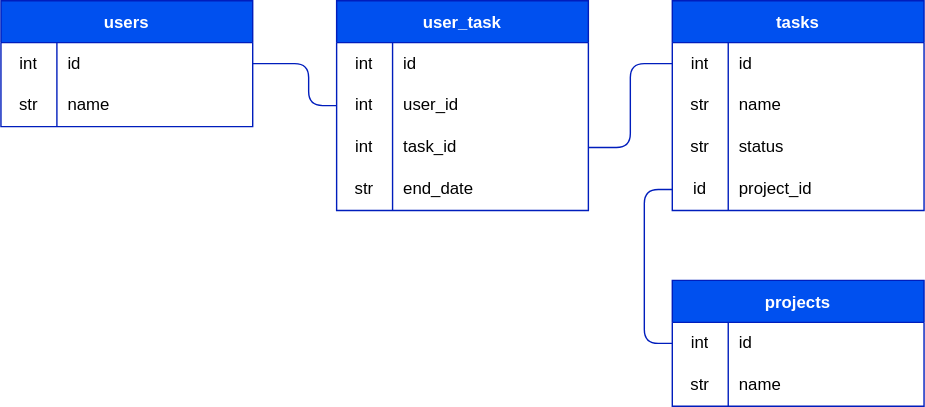
Before: dbdiagram.svg, a diagram exported from draw.io (irakush/kanban-board). Source tidied: cells renumbered, new cells last; positions are measured from the earlier drawing's top-left corner, leaving out a move shared by most shapes.
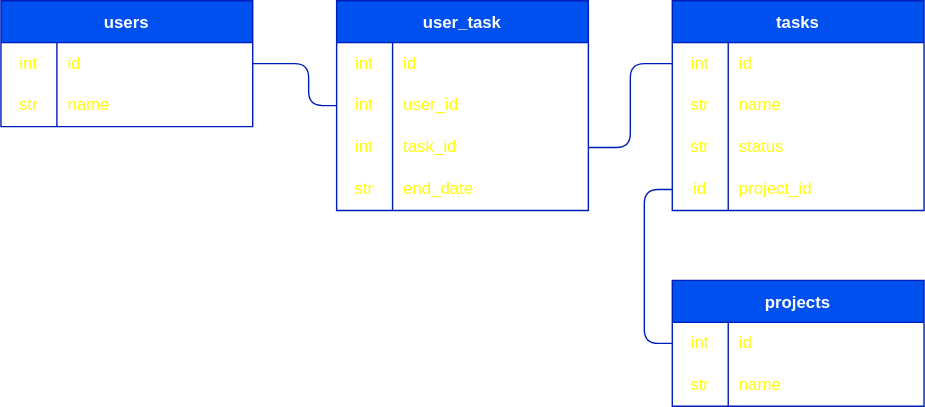
After the change.

Commit message:
change db diagram for dark mode

Diff of the diagram source:
```diff
@@ -8,19 +8,19 @@
     <mxCell id="3" style="shape=tableRow;horizontal=0;startSize=0;swimlaneHead=0;swimlaneBody=0;top=0;left=0;bottom=0;right=0;fillColor=none;points=[[0,0.5],[1,0.5]];portConstraint=eastwest;" parent="2" vertex="1">
       <mxGeometry y="30" width="180" height="30" as="geometry" />
     </mxCell>
-    <mxCell id="4" value="int" style="shape=partialRectangle;html=1;whiteSpace=wrap;fillColor=none;top=0;left=0;bottom=0;right=0;overflow=hidden;" parent="3" vertex="1">
+    <mxCell id="4" value="int" style="shape=partialRectangle;html=1;whiteSpace=wrap;fillColor=none;top=0;left=0;bottom=0;right=0;overflow=hidden;fontColor=#FFFF00;" parent="3" vertex="1">
       <mxGeometry width="40" height="30" as="geometry" />
     </mxCell>
-    <mxCell id="5" value="id" style="shape=partialRectangle;html=1;whiteSpace=wrap;fillColor=none;top=0;left=0;bottom=0;right=0;align=left;spacingLeft=6;overflow=hidden;" parent="3" vertex="1">
+    <mxCell id="5" value="id" style="shape=partialRectangle;html=1;whiteSpace=wrap;fillColor=none;top=0;left=0;bottom=0;right=0;align=left;spacingLeft=6;overflow=hidden;fontColor=#FFFF00;" parent="3" vertex="1">
       <mxGeometry x="40" width="140" height="30" as="geometry" />
     </mxCell>
     <mxCell id="6" style="shape=tableRow;horizontal=0;startSize=0;swimlaneHead=0;swimlaneBody=0;top=0;left=0;bottom=0;right=0;fillColor=none;" parent="2" vertex="1">
       <mxGeometry y="60" width="180" height="30" as="geometry" />
     </mxCell>
-    <mxCell id="7" value="str" style="shape=partialRectangle;html=1;whiteSpace=wrap;fillColor=none;top=0;left=0;bottom=0;right=0;overflow=hidden;" parent="6" vertex="1">
+    <mxCell id="7" value="str" style="shape=partialRectangle;html=1;whiteSpace=wrap;fillColor=none;top=0;left=0;bottom=0;right=0;overflow=hidden;fontColor=#FFFF00;" parent="6" vertex="1">
       <mxGeometry width="40" height="30" as="geometry" />
     </mxCell>
-    <mxCell id="8" value="name" style="shape=partialRectangle;html=1;whiteSpace=wrap;fillColor=none;top=0;left=0;bottom=0;right=0;align=left;spacingLeft=6;overflow=hidden;" parent="6" vertex="1">
+    <mxCell id="8" value="name" style="shape=partialRectangle;html=1;whiteSpace=wrap;fillColor=none;top=0;left=0;bottom=0;right=0;align=left;spacingLeft=6;overflow=hidden;fontColor=#FFFF00;" parent="6" vertex="1">
       <mxGeometry x="40" width="140" height="30" as="geometry" />
     </mxCell>
     <mxCell id="9" value="tasks" style="shape=table;startSize=30;rowLines=0;fontStyle=1;fillColor=#0050ef;fontColor=#ffffff;strokeColor=#001DBC;" parent="1" vertex="1">
@@ -29,37 +29,37 @@
     <mxCell id="10" style="shape=tableRow;horizontal=0;startSize=0;swimlaneHead=0;swimlaneBody=0;top=0;left=0;bottom=0;right=0;fillColor=none;points=[[0,0.5],[1,0.5]];portConstraint=eastwest;" parent="9" vertex="1">
       <mxGeometry y="30" width="180" height="30" as="geometry" />
     </mxCell>
-    <mxCell id="11" value="int" style="shape=partialRectangle;html=1;whiteSpace=wrap;fillColor=none;top=0;left=0;bottom=0;right=0;overflow=hidden;" parent="10" vertex="1">
+    <mxCell id="11" value="int" style="shape=partialRectangle;html=1;whiteSpace=wrap;fillColor=none;top=0;left=0;bottom=0;right=0;overflow=hidden;fontColor=#FFFF00;" parent="10" vertex="1">
       <mxGeometry width="40" height="30" as="geometry" />
     </mxCell>
-    <mxCell id="12" value="id" style="shape=partialRectangle;html=1;whiteSpace=wrap;fillColor=none;top=0;left=0;bottom=0;right=0;align=left;spacingLeft=6;overflow=hidden;" parent="10" vertex="1">
+    <mxCell id="12" value="id" style="shape=partialRectangle;html=1;whiteSpace=wrap;fillColor=none;top=0;left=0;bottom=0;right=0;align=left;spacingLeft=6;overflow=hidden;fontColor=#FFFF00;" parent="10" vertex="1">
       <mxGeometry x="40" width="140" height="30" as="geometry" />
     </mxCell>
     <mxCell id="13" style="shape=tableRow;horizontal=0;startSize=0;swimlaneHead=0;swimlaneBody=0;top=0;left=0;bottom=0;right=0;fillColor=none;" parent="9" vertex="1">
       <mxGeometry y="60" width="180" height="30" as="geometry" />
     </mxCell>
-    <mxCell id="14" value="str" style="shape=partialRectangle;html=1;whiteSpace=wrap;fillColor=none;top=0;left=0;bottom=0;right=0;overflow=hidden;" parent="13" vertex="1">
+    <mxCell id="14" value="str" style="shape=partialRectangle;html=1;whiteSpace=wrap;fillColor=none;top=0;left=0;bottom=0;right=0;overflow=hidden;fontColor=#FFFF00;" parent="13" vertex="1">
       <mxGeometry width="40" height="30" as="geometry" />
     </mxCell>
-    <mxCell id="15" value="name" style="shape=partialRectangle;html=1;whiteSpace=wrap;fillColor=none;top=0;left=0;bottom=0;right=0;align=left;spacingLeft=6;overflow=hidden;" parent="13" vertex="1">
+    <mxCell id="15" value="name" style="shape=partialRectangle;html=1;whiteSpace=wrap;fillColor=none;top=0;left=0;bottom=0;right=0;align=left;spacingLeft=6;overflow=hidden;fontColor=#FFFF00;" parent="13" vertex="1">
       <mxGeometry x="40" width="140" height="30" as="geometry" />
     </mxCell>
     <mxCell id="16" style="shape=tableRow;horizontal=0;startSize=0;swimlaneHead=0;swimlaneBody=0;top=0;left=0;bottom=0;right=0;fillColor=none;" parent="9" vertex="1">
       <mxGeometry y="90" width="180" height="30" as="geometry" />
     </mxCell>
-    <mxCell id="17" value="str" style="shape=partialRectangle;html=1;whiteSpace=wrap;fillColor=none;top=0;left=0;bottom=0;right=0;overflow=hidden;" parent="16" vertex="1">
+    <mxCell id="17" value="str" style="shape=partialRectangle;html=1;whiteSpace=wrap;fillColor=none;top=0;left=0;bottom=0;right=0;overflow=hidden;fontColor=#FFFF00;" parent="16" vertex="1">
       <mxGeometry width="40" height="30" as="geometry" />
     </mxCell>
-    <mxCell id="18" value="status" style="shape=partialRectangle;html=1;whiteSpace=wrap;fillColor=none;top=0;left=0;bottom=0;right=0;align=left;spacingLeft=6;overflow=hidden;" parent="16" vertex="1">
+    <mxCell id="18" value="status" style="shape=partialRectangle;html=1;whiteSpace=wrap;fillColor=none;top=0;left=0;bottom=0;right=0;align=left;spacingLeft=6;overflow=hidden;fontColor=#FFFF00;" parent="16" vertex="1">
       <mxGeometry x="40" width="140" height="30" as="geometry" />
     </mxCell>
     <mxCell id="19" style="shape=tableRow;horizontal=0;startSize=0;swimlaneHead=0;swimlaneBody=0;top=0;left=0;bottom=0;right=0;fillColor=none;points=[[0,0.5],[1,0.5]];portConstraint=eastwest;" parent="9" vertex="1">
       <mxGeometry y="120" width="180" height="30" as="geometry" />
     </mxCell>
-    <mxCell id="20" value="id" style="shape=partialRectangle;html=1;whiteSpace=wrap;fillColor=none;top=0;left=0;bottom=0;right=0;overflow=hidden;" parent="19" vertex="1">
+    <mxCell id="20" value="id" style="shape=partialRectangle;html=1;whiteSpace=wrap;fillColor=none;top=0;left=0;bottom=0;right=0;overflow=hidden;fontColor=#FFFF00;" parent="19" vertex="1">
       <mxGeometry width="40" height="30" as="geometry" />
     </mxCell>
-    <mxCell id="21" value="project_id" style="shape=partialRectangle;html=1;whiteSpace=wrap;fillColor=none;top=0;left=0;bottom=0;right=0;align=left;spacingLeft=6;overflow=hidden;" parent="19" vertex="1">
+    <mxCell id="21" value="project_id" style="shape=partialRectangle;html=1;whiteSpace=wrap;fillColor=none;top=0;left=0;bottom=0;right=0;align=left;spacingLeft=6;overflow=hidden;fontColor=#FFFF00;" parent="19" vertex="1">
       <mxGeometry x="40" width="140" height="30" as="geometry" />
     </mxCell>
     <mxCell id="22" value="user_task" style="shape=table;startSize=30;rowLines=0;fontStyle=1;fillColor=#0050ef;fontColor=#ffffff;strokeColor=#001DBC;" parent="1" vertex="1">
@@ -68,37 +68,37 @@
     <mxCell id="23" style="shape=tableRow;horizontal=0;startSize=0;swimlaneHead=0;swimlaneBody=0;top=0;left=0;bottom=0;right=0;fillColor=none;" parent="22" vertex="1">
       <mxGeometry y="30" width="180" height="30" as="geometry" />
     </mxCell>
-    <mxCell id="24" value="int" style="shape=partialRectangle;html=1;whiteSpace=wrap;fillColor=none;top=0;left=0;bottom=0;right=0;overflow=hidden;" parent="23" vertex="1">
+    <mxCell id="24" value="int" style="shape=partialRectangle;html=1;whiteSpace=wrap;fillColor=none;top=0;left=0;bottom=0;right=0;overflow=hidden;fontColor=#FFFF00;" parent="23" vertex="1">
       <mxGeometry width="40" height="30" as="geometry" />
     </mxCell>
-    <mxCell id="25" value="id" style="shape=partialRectangle;html=1;whiteSpace=wrap;fillColor=none;top=0;left=0;bottom=0;right=0;align=left;spacingLeft=6;overflow=hidden;" parent="23" vertex="1">
+    <mxCell id="25" value="id" style="shape=partialRectangle;html=1;whiteSpace=wrap;fillColor=none;top=0;left=0;bottom=0;right=0;align=left;spacingLeft=6;overflow=hidden;fontColor=#FFFF00;" parent="23" vertex="1">
       <mxGeometry x="40" width="140" height="30" as="geometry" />
     </mxCell>
     <mxCell id="26" style="shape=tableRow;horizontal=0;startSize=0;swimlaneHead=0;swimlaneBody=0;top=0;left=0;bottom=0;right=0;fillColor=none;points=[[0,0.5],[1,0.5]];portConstraint=eastwest;" parent="22" vertex="1">
       <mxGeometry y="60" width="180" height="30" as="geometry" />
     </mxCell>
-    <mxCell id="27" value="int" style="shape=partialRectangle;html=1;whiteSpace=wrap;fillColor=none;top=0;left=0;bottom=0;right=0;overflow=hidden;" parent="26" vertex="1">
+    <mxCell id="27" value="int" style="shape=partialRectangle;html=1;whiteSpace=wrap;fillColor=none;top=0;left=0;bottom=0;right=0;overflow=hidden;fontColor=#FFFF00;" parent="26" vertex="1">
       <mxGeometry width="40" height="30" as="geometry" />
     </mxCell>
-    <mxCell id="28" value="user_id" style="shape=partialRectangle;html=1;whiteSpace=wrap;fillColor=none;top=0;left=0;bottom=0;right=0;align=left;spacingLeft=6;overflow=hidden;" parent="26" vertex="1">
+    <mxCell id="28" value="user_id" style="shape=partialRectangle;html=1;whiteSpace=wrap;fillColor=none;top=0;left=0;bottom=0;right=0;align=left;spacingLeft=6;overflow=hidden;fontColor=#FFFF00;" parent="26" vertex="1">
       <mxGeometry x="40" width="140" height="30" as="geometry" />
     </mxCell>
     <mxCell id="29" style="shape=tableRow;horizontal=0;startSize=0;swimlaneHead=0;swimlaneBody=0;top=0;left=0;bottom=0;right=0;fillColor=none;points=[[0,0.5],[1,0.5]];portConstraint=eastwest;" parent="22" vertex="1">
       <mxGeometry y="90" width="180" height="30" as="geometry" />
     </mxCell>
-    <mxCell id="30" value="int" style="shape=partialRectangle;html=1;whiteSpace=wrap;fillColor=none;top=0;left=0;bottom=0;right=0;overflow=hidden;" parent="29" vertex="1">
+    <mxCell id="30" value="int" style="shape=partialRectangle;html=1;whiteSpace=wrap;fillColor=none;top=0;left=0;bottom=0;right=0;overflow=hidden;fontColor=#FFFF00;" parent="29" vertex="1">
       <mxGeometry width="40" height="30" as="geometry" />
     </mxCell>
-    <mxCell id="31" value="task_id" style="shape=partialRectangle;html=1;whiteSpace=wrap;fillColor=none;top=0;left=0;bottom=0;right=0;align=left;spacingLeft=6;overflow=hidden;" parent="29" vertex="1">
+    <mxCell id="31" value="task_id" style="shape=partialRectangle;html=1;whiteSpace=wrap;fillColor=none;top=0;left=0;bottom=0;right=0;align=left;spacingLeft=6;overflow=hidden;fontColor=#FFFF00;" parent="29" vertex="1">
       <mxGeometry x="40" width="140" height="30" as="geometry" />
     </mxCell>
     <mxCell id="32" style="shape=tableRow;horizontal=0;startSize=0;swimlaneHead=0;swimlaneBody=0;top=0;left=0;bottom=0;right=0;fillColor=none;" parent="22" vertex="1">
       <mxGeometry y="120" width="180" height="30" as="geometry" />
     </mxCell>
-    <mxCell id="33" value="str" style="shape=partialRectangle;html=1;whiteSpace=wrap;fillColor=none;top=0;left=0;bottom=0;right=0;overflow=hidden;" parent="32" vertex="1">
+    <mxCell id="33" value="str" style="shape=partialRectangle;html=1;whiteSpace=wrap;fillColor=none;top=0;left=0;bottom=0;right=0;overflow=hidden;fontColor=#FFFF00;" parent="32" vertex="1">
       <mxGeometry width="40" height="30" as="geometry" />
     </mxCell>
-    <mxCell id="34" value="end_date" style="shape=partialRectangle;html=1;whiteSpace=wrap;fillColor=none;top=0;left=0;bottom=0;right=0;align=left;spacingLeft=6;overflow=hidden;" parent="32" vertex="1">
+    <mxCell id="34" value="end_date" style="shape=partialRectangle;html=1;whiteSpace=wrap;fillColor=none;top=0;left=0;bottom=0;right=0;align=left;spacingLeft=6;overflow=hidden;fontColor=#FFFF00;" parent="32" vertex="1">
       <mxGeometry x="40" width="140" height="30" as="geometry" />
     </mxCell>
     <mxCell id="35" value="projects" style="shape=table;startSize=30;rowLines=0;fontStyle=1;fillColor=#0050ef;fontColor=#ffffff;strokeColor=#001DBC;" parent="1" vertex="1">
@@ -107,19 +107,19 @@
     <mxCell id="36" style="shape=tableRow;horizontal=0;startSize=0;swimlaneHead=0;swimlaneBody=0;top=0;left=0;bottom=0;right=0;fillColor=none;points=[[0,0.5],[1,0.5]];portConstraint=eastwest;" parent="35" vertex="1">
       <mxGeometry y="30" width="180" height="30" as="geometry" />
     </mxCell>
-    <mxCell id="37" value="int" style="shape=partialRectangle;html=1;whiteSpace=wrap;fillColor=none;top=0;left=0;bottom=0;right=0;overflow=hidden;" parent="36" vertex="1">
+    <mxCell id="37" value="int" style="shape=partialRectangle;html=1;whiteSpace=wrap;fillColor=none;top=0;left=0;bottom=0;right=0;overflow=hidden;fontColor=#FFFF00;" parent="36" vertex="1">
       <mxGeometry width="40" height="30" as="geometry" />
     </mxCell>
-    <mxCell id="38" value="id" style="shape=partialRectangle;html=1;whiteSpace=wrap;fillColor=none;top=0;left=0;bottom=0;right=0;align=left;spacingLeft=6;overflow=hidden;" parent="36" vertex="1">
+    <mxCell id="38" value="id" style="shape=partialRectangle;html=1;whiteSpace=wrap;fillColor=none;top=0;left=0;bottom=0;right=0;align=left;spacingLeft=6;overflow=hidden;fontColor=#FFFF00;" parent="36" vertex="1">
       <mxGeometry x="40" width="140" height="30" as="geometry" />
     </mxCell>
     <mxCell id="39" style="shape=tableRow;horizontal=0;startSize=0;swimlaneHead=0;swimlaneBody=0;top=0;left=0;bottom=0;right=0;fillColor=none;" parent="35" vertex="1">
       <mxGeometry y="60" width="180" height="30" as="geometry" />
     </mxCell>
-    <mxCell id="40" value="str" style="shape=partialRectangle;html=1;whiteSpace=wrap;fillColor=none;top=0;left=0;bottom=0;right=0;overflow=hidden;" parent="39" vertex="1">
+    <mxCell id="40" value="str" style="shape=partialRectangle;html=1;whiteSpace=wrap;fillColor=none;top=0;left=0;bottom=0;right=0;overflow=hidden;fontColor=#FFFF00;" parent="39" vertex="1">
       <mxGeometry width="40" height="30" as="geometry" />
     </mxCell>
-    <mxCell id="41" value="name" style="shape=partialRectangle;html=1;whiteSpace=wrap;fillColor=none;top=0;left=0;bottom=0;right=0;align=left;spacingLeft=6;overflow=hidden;" parent="39" vertex="1">
+    <mxCell id="41" value="name" style="shape=partialRectangle;html=1;whiteSpace=wrap;fillColor=none;top=0;left=0;bottom=0;right=0;align=left;spacingLeft=6;overflow=hidden;fontColor=#FFFF00;" parent="39" vertex="1">
       <mxGeometry x="40" width="140" height="30" as="geometry" />
     </mxCell>
     <mxCell id="42" style="edgeStyle=none;html=1;exitX=1;exitY=0.5;exitDx=0;exitDy=0;entryX=0;entryY=0.5;entryDx=0;entryDy=0;endArrow=none;endFill=0;fillColor=#0050ef;strokeColor=#001DBC;" parent="1" edge="1" source="3" target="26">
```
